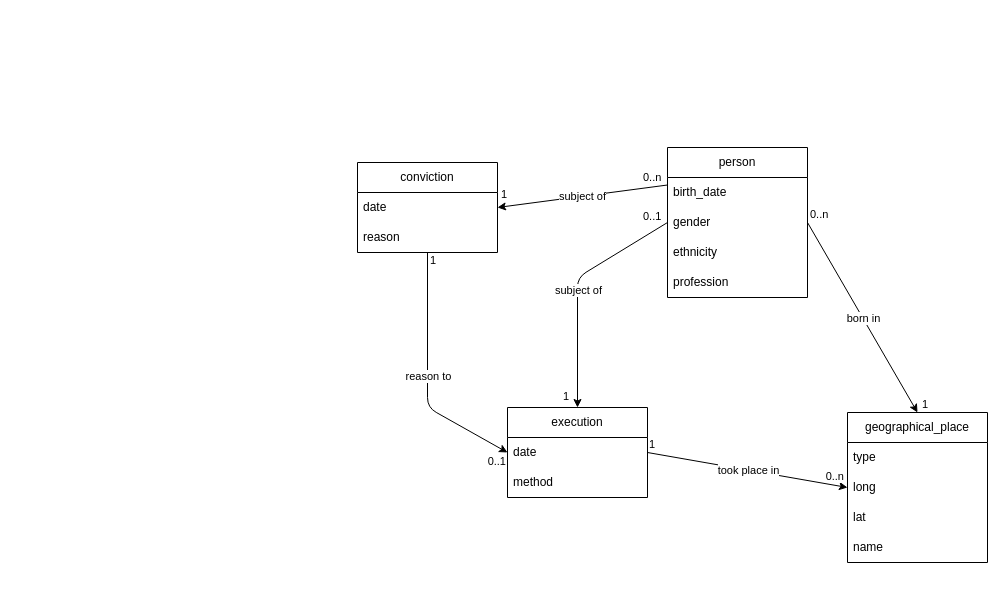
Before: documentation/diagramme.drawio in felileg/HN1_unine_2026, a draw.io diagram. Source tidied: cells renumbered, new cells numbered last; positions are measured from the earlier drawing's top-left corner, leaving out a move shared by most shapes. Both pictures are drawn from the tidied source at 100%, with x=0, y=0 at pixel (357, 147).
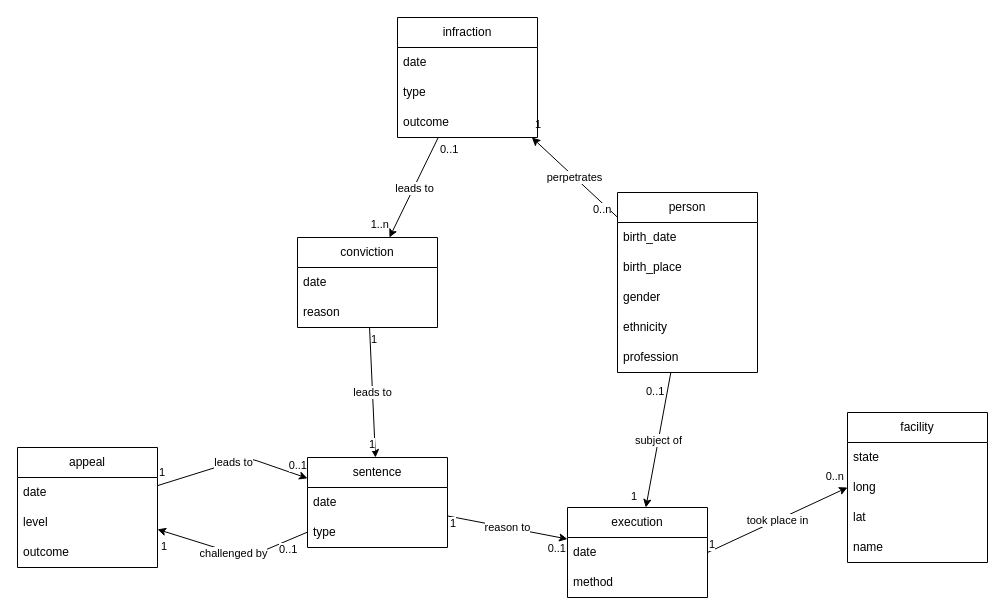
The same diagram, later.

Unchanged cells that the change refers to:
```xml
<mxCell id="13" value="date" style="text;strokeColor=none;fillColor=none;align=left;verticalAlign=middle;spacingLeft=4;spacingRight=4;overflow=hidden;points=[[0,0.5],[1,0.5]];portConstraint=eastwest;whiteSpace=wrap;html=1;" parent="12" vertex="1">
  <mxGeometry y="30" width="140" height="30" as="geometry" />
</mxCell>
<mxCell id="28" value="date" style="text;strokeColor=none;fillColor=none;align=left;verticalAlign=middle;spacingLeft=4;spacingRight=4;overflow=hidden;points=[[0,0.5],[1,0.5]];portConstraint=eastwest;whiteSpace=wrap;html=1;" parent="27" vertex="1">
  <mxGeometry y="30" width="140" height="30" as="geometry" />
</mxCell>
```

Diff of the diagram source:
```diff
@@
-    <mxCell id="2" value="geographical_place" style="swimlane;fontStyle=0;horizontal=1;startSize=30;whiteSpace=wrap;html=1;" parent="1" vertex="1">
+    <mxCell id="2" value="facility" style="swimlane;fontStyle=0;horizontal=1;startSize=30;whiteSpace=wrap;html=1;" parent="1" vertex="1">
       <mxGeometry x="490" y="265" width="140" height="150" as="geometry" />
     </mxCell>
-    <mxCell id="3" value="type" style="text;strokeColor=none;fillColor=none;align=left;verticalAlign=middle;spacingLeft=4;spacingRight=4;overflow=hidden;whiteSpace=wrap;html=1;" parent="2" vertex="1">
+    <mxCell id="3" value="state" style="text;strokeColor=none;fillColor=none;align=left;verticalAlign=middle;spacingLeft=4;spacingRight=4;overflow=hidden;whiteSpace=wrap;html=1;" parent="2" vertex="1">
       <mxGeometry y="30" width="140" height="30" as="geometry" />
     </mxCell>
@@
     <mxCell id="7" value="person" style="swimlane;fontStyle=0;horizontal=1;startSize=30;whiteSpace=wrap;html=1;" parent="1" vertex="1">
-      <mxGeometry x="310" width="140" height="150" as="geometry" />
+      <mxGeometry x="260" y="45" width="140" height="180" as="geometry" />
     </mxCell>
@@
+    <mxCell id="38" value="birth_place" style="text;strokeColor=none;fillColor=none;align=left;verticalAlign=middle;spacingLeft=4;spacingRight=4;overflow=hidden;whiteSpace=wrap;html=1;" parent="7" vertex="1">
+      <mxGeometry y="60" width="140" height="30" as="geometry" />
+    </mxCell>
     <mxCell id="9" value="gender" style="text;strokeColor=none;fillColor=none;align=left;verticalAlign=middle;spacingLeft=4;spacingRight=4;overflow=hidden;points=[[0,0.5],[1,0.5]];portConstraint=eastwest;whiteSpace=wrap;html=1;" parent="7" vertex="1">
-      <mxGeometry y="60" width="140" height="30" as="geometry" />
+      <mxGeometry y="90" width="140" height="30" as="geometry" />
     </mxCell>
     <mxCell id="10" value="ethnicity" style="text;strokeColor=none;fillColor=none;align=left;verticalAlign=middle;spacingLeft=4;spacingRight=4;overflow=hidden;whiteSpace=wrap;html=1;" parent="7" vertex="1">
-      <mxGeometry y="90" width="140" height="30" as="geometry" />
+      <mxGeometry y="120" width="140" height="30" as="geometry" />
     </mxCell>
     <mxCell id="11" value="profession" style="text;strokeColor=none;fillColor=none;align=left;verticalAlign=middle;spacingLeft=4;spacingRight=4;overflow=hidden;whiteSpace=wrap;html=1;" parent="7" vertex="1">
-      <mxGeometry y="120" width="140" height="30" as="geometry" />
+      <mxGeometry y="150" width="140" height="30" as="geometry" />
     </mxCell>
     <mxCell id="12" value="execution" style="swimlane;fontStyle=0;horizontal=1;startSize=30;whiteSpace=wrap;html=1;" parent="1" vertex="1">
-      <mxGeometry x="150" y="260" width="140" height="90" as="geometry" />
+      <mxGeometry x="210" y="360" width="140" height="90" as="geometry" />
     </mxCell>
@@
-    <mxCell id="15" style="endArrow=classic;html=1;exitX=0;exitY=0.5;exitDx=0;exitDy=0;entryX=0.5;entryY=0;entryDx=0;entryDy=0;" parent="1" edge="1" source="9" target="12">
-      <mxGeometry relative="1" as="geometry">
-        <Array as="points">
-          <mxPoint x="220" y="130" />
-        </Array>
-      </mxGeometry>
+    <mxCell id="15" style="endArrow=classic;html=1;" parent="1" edge="1" source="7" target="12">
+      <mxGeometry relative="1" as="geometry" />
     </mxCell>
@@
     <mxCell id="17" value="0..1" style="edgeLabel;html=1;align=left;verticalAlign=bottom;" parent="15" vertex="1">
       <mxGeometry x="-1" relative="1" as="geometry">
-        <mxPoint x="-26" y="2" as="offset" />
+        <mxPoint x="-26" y="27" as="offset" />
       </mxGeometry>
     </mxCell>
@@
-    <mxCell id="23" style="endArrow=classic;html=1;exitX=1;exitY=0.5;exitDx=0;exitDy=0;entryX=0.5;entryY=0;entryDx=0;entryDy=0;" parent="1" edge="1" source="9" target="2">
-      <mxGeometry relative="1" as="geometry" />
-    </mxCell>
-    <mxCell id="24" value="born in" style="edgeLabel;html=1;align=center;verticalAlign=middle;" parent="23" vertex="1">
-      <mxGeometry relative="1" as="geometry" />
-    </mxCell>
-    <mxCell id="25" value="0..n" style="edgeLabel;html=1;align=left;verticalAlign=bottom;" parent="23" vertex="1">
-      <mxGeometry x="-1" relative="1" as="geometry">
-        <mxPoint x="1" as="offset" />
-      </mxGeometry>
-    </mxCell>
-    <mxCell id="26" value="1" style="edgeLabel;html=1;align=right;verticalAlign=bottom;" parent="23" vertex="1">
-      <mxGeometry x="1" relative="1" as="geometry">
-        <mxPoint x="11" as="offset" />
-      </mxGeometry>
-    </mxCell>
     <mxCell id="27" value="conviction" style="swimlane;fontStyle=0;horizontal=1;startSize=30;whiteSpace=wrap;html=1;" parent="1" vertex="1">
-      <mxGeometry y="15" width="140" height="90" as="geometry" />
+      <mxGeometry x="-60" y="90" width="140" height="90" as="geometry" />
     </mxCell>
@@
-    <mxCell id="30" style="endArrow=classic;html=1;exitX=0;exitY=0.25;exitDx=0;exitDy=0;entryX=1;entryY=0.5;entryDx=0;entryDy=0;" parent="1" edge="1" source="7" target="28">
+    <mxCell id="30" style="endArrow=classic;html=1;" parent="1" edge="1" source="7" target="43">
       <mxGeometry relative="1" as="geometry" />
     </mxCell>
-    <mxCell id="31" value="subject of" style="edgeLabel;html=1;align=center;verticalAlign=middle;" parent="30" vertex="1">
+    <mxCell id="31" value="perpetrates" style="edgeLabel;html=1;align=center;verticalAlign=middle;" parent="30" vertex="1">
       <mxGeometry relative="1" as="geometry" />
     </mxCell>
@@
-    <mxCell id="34" style="endArrow=classic;html=1;exitX=0.5;exitY=1;exitDx=0;exitDy=0;entryX=0;entryY=0.5;entryDx=0;entryDy=0;" parent="1" edge="1" source="27" target="13">
-      <mxGeometry relative="1" as="geometry">
-        <Array as="points">
-          <mxPoint x="70" y="260" />
-        </Array>
-      </mxGeometry>
+    <mxCell id="34" style="endArrow=classic;html=1;" parent="1" edge="1" source="47" target="12">
+      <mxGeometry relative="1" as="geometry" />
     </mxCell>
@@
+    <mxCell id="39" value="appeal" style="swimlane;fontStyle=0;horizontal=1;startSize=30;whiteSpace=wrap;html=1;" parent="1" vertex="1">
+      <mxGeometry x="-340" y="300" width="140" height="120" as="geometry" />
+    </mxCell>
+    <mxCell id="40" value="date" style="text;strokeColor=none;fillColor=none;align=left;verticalAlign=middle;spacingLeft=4;spacingRight=4;overflow=hidden;whiteSpace=wrap;html=1;" parent="39" vertex="1">
+      <mxGeometry y="30" width="140" height="30" as="geometry" />
+    </mxCell>
+    <mxCell id="41" value="level" style="text;strokeColor=none;fillColor=none;align=left;verticalAlign=middle;spacingLeft=4;spacingRight=4;overflow=hidden;whiteSpace=wrap;html=1;" parent="39" vertex="1">
+      <mxGeometry y="60" width="140" height="30" as="geometry" />
+    </mxCell>
+    <mxCell id="42" value="outcome" style="text;strokeColor=none;fillColor=none;align=left;verticalAlign=middle;spacingLeft=4;spacingRight=4;overflow=hidden;whiteSpace=wrap;html=1;" parent="39" vertex="1">
+      <mxGeometry y="90" width="140" height="30" as="geometry" />
+    </mxCell>
+    <mxCell id="43" value="infraction" style="swimlane;fontStyle=0;horizontal=1;startSize=30;whiteSpace=wrap;html=1;" parent="1" vertex="1">
+      <mxGeometry x="40" y="-130" width="140" height="120" as="geometry" />
+    </mxCell>
+    <mxCell id="44" value="date" style="text;strokeColor=none;fillColor=none;align=left;verticalAlign=middle;spacingLeft=4;spacingRight=4;overflow=hidden;whiteSpace=wrap;html=1;" parent="43" vertex="1">
+      <mxGeometry y="30" width="140" height="30" as="geometry" />
+    </mxCell>
+    <mxCell id="45" value="type" style="text;strokeColor=none;fillColor=none;align=left;verticalAlign=middle;spacingLeft=4;spacingRight=4;overflow=hidden;whiteSpace=wrap;html=1;" parent="43" vertex="1">
+      <mxGeometry y="60" width="140" height="30" as="geometry" />
+    </mxCell>
+    <mxCell id="46" value="outcome" style="text;strokeColor=none;fillColor=none;align=left;verticalAlign=middle;spacingLeft=4;spacingRight=4;overflow=hidden;whiteSpace=wrap;html=1;" parent="43" vertex="1">
+      <mxGeometry y="90" width="140" height="30" as="geometry" />
+    </mxCell>
+    <mxCell id="47" value="sentence" style="swimlane;fontStyle=0;horizontal=1;startSize=30;whiteSpace=wrap;html=1;" parent="1" vertex="1">
+      <mxGeometry x="-50" y="310" width="140" height="90" as="geometry" />
+    </mxCell>
+    <mxCell id="48" value="date" style="text;strokeColor=none;fillColor=none;align=left;verticalAlign=middle;spacingLeft=4;spacingRight=4;overflow=hidden;whiteSpace=wrap;html=1;" parent="47" vertex="1">
+      <mxGeometry y="30" width="140" height="30" as="geometry" />
+    </mxCell>
+    <mxCell id="49" value="type" style="text;strokeColor=none;fillColor=none;align=left;verticalAlign=middle;spacingLeft=4;spacingRight=4;overflow=hidden;whiteSpace=wrap;html=1;" parent="47" vertex="1">
+      <mxGeometry y="60" width="140" height="30" as="geometry" />
+    </mxCell>
+    <mxCell id="50" style="endArrow=classic;html=1;" parent="1" edge="1" source="43" target="27">
+      <mxGeometry relative="1" as="geometry" />
+    </mxCell>
+    <mxCell id="51" value="leads to" style="edgeLabel;html=1;align=center;verticalAlign=middle;" parent="50" vertex="1">
+      <mxGeometry relative="1" as="geometry" />
+    </mxCell>
+    <mxCell id="52" value="0..1" style="edgeLabel;html=1;align=left;verticalAlign=bottom;" parent="50" vertex="1">
+      <mxGeometry x="-1" relative="1" as="geometry">
+        <mxPoint y="20" as="offset" />
+      </mxGeometry>
+    </mxCell>
+    <mxCell id="53" value="1..n" style="edgeLabel;html=1;align=right;verticalAlign=bottom;" parent="50" vertex="1">
+      <mxGeometry x="1" relative="1" as="geometry">
+        <mxPoint y="-5" as="offset" />
+      </mxGeometry>
+    </mxCell>
+    <mxCell id="54" style="endArrow=classic;html=1;" parent="1" edge="1" source="27" target="47">
+      <mxGeometry relative="1" as="geometry" />
+    </mxCell>
+    <mxCell id="55" value="leads to" style="edgeLabel;html=1;align=center;verticalAlign=middle;" parent="54" vertex="1">
+      <mxGeometry relative="1" as="geometry" />
+    </mxCell>
+    <mxCell id="56" value="1" style="edgeLabel;html=1;align=left;verticalAlign=bottom;" parent="54" vertex="1">
+      <mxGeometry x="-1" relative="1" as="geometry">
+        <mxPoint y="20" as="offset" />
+      </mxGeometry>
+    </mxCell>
+    <mxCell id="57" value="1" style="edgeLabel;html=1;align=right;verticalAlign=bottom;" parent="54" vertex="1">
+      <mxGeometry x="1" relative="1" as="geometry">
+        <mxPoint y="-5" as="offset" />
+      </mxGeometry>
+    </mxCell>
+    <mxCell id="58" style="endArrow=classic;html=1;" parent="1" edge="1" source="47" target="39">
+      <mxGeometry relative="1" as="geometry">
+        <Array as="points">
+          <mxPoint x="-110" y="410" />
+        </Array>
+      </mxGeometry>
+    </mxCell>
+    <mxCell id="59" value="challenged by" style="edgeLabel;html=1;align=center;verticalAlign=middle;" parent="58" vertex="1">
+      <mxGeometry relative="1" as="geometry" />
+    </mxCell>
+    <mxCell id="60" value="0..1" style="edgeLabel;html=1;align=left;verticalAlign=bottom;" parent="58" vertex="1">
+      <mxGeometry x="-1" relative="1" as="geometry">
+        <mxPoint x="-30" y="25" as="offset" />
+      </mxGeometry>
+    </mxCell>
+    <mxCell id="61" value="1" style="edgeLabel;html=1;align=right;verticalAlign=bottom;" parent="58" vertex="1">
+      <mxGeometry x="1" relative="1" as="geometry">
+        <mxPoint x="10" y="25" as="offset" />
+      </mxGeometry>
+    </mxCell>
+    <mxCell id="62" style="endArrow=classic;html=1;" parent="1" edge="1" source="39" target="47">
+      <mxGeometry relative="1" as="geometry">
+        <Array as="points">
+          <mxPoint x="-110" y="310" />
+        </Array>
+      </mxGeometry>
+    </mxCell>
+    <mxCell id="63" value="leads to" style="edgeLabel;html=1;align=center;verticalAlign=middle;" parent="62" vertex="1">
+      <mxGeometry relative="1" as="geometry" />
+    </mxCell>
+    <mxCell id="64" value="0..1" style="edgeLabel;html=1;align=right;verticalAlign=bottom;" parent="62" vertex="1">
+      <mxGeometry x="1" relative="1" as="geometry">
+        <mxPoint y="-5" as="offset" />
+      </mxGeometry>
+    </mxCell>
+    <mxCell id="65" value="1" style="edgeLabel;html=1;align=left;verticalAlign=bottom;" parent="62" vertex="1">
+      <mxGeometry x="-1" relative="1" as="geometry">
+        <mxPoint y="-5" as="offset" />
+      </mxGeometry>
+    </mxCell>
```
